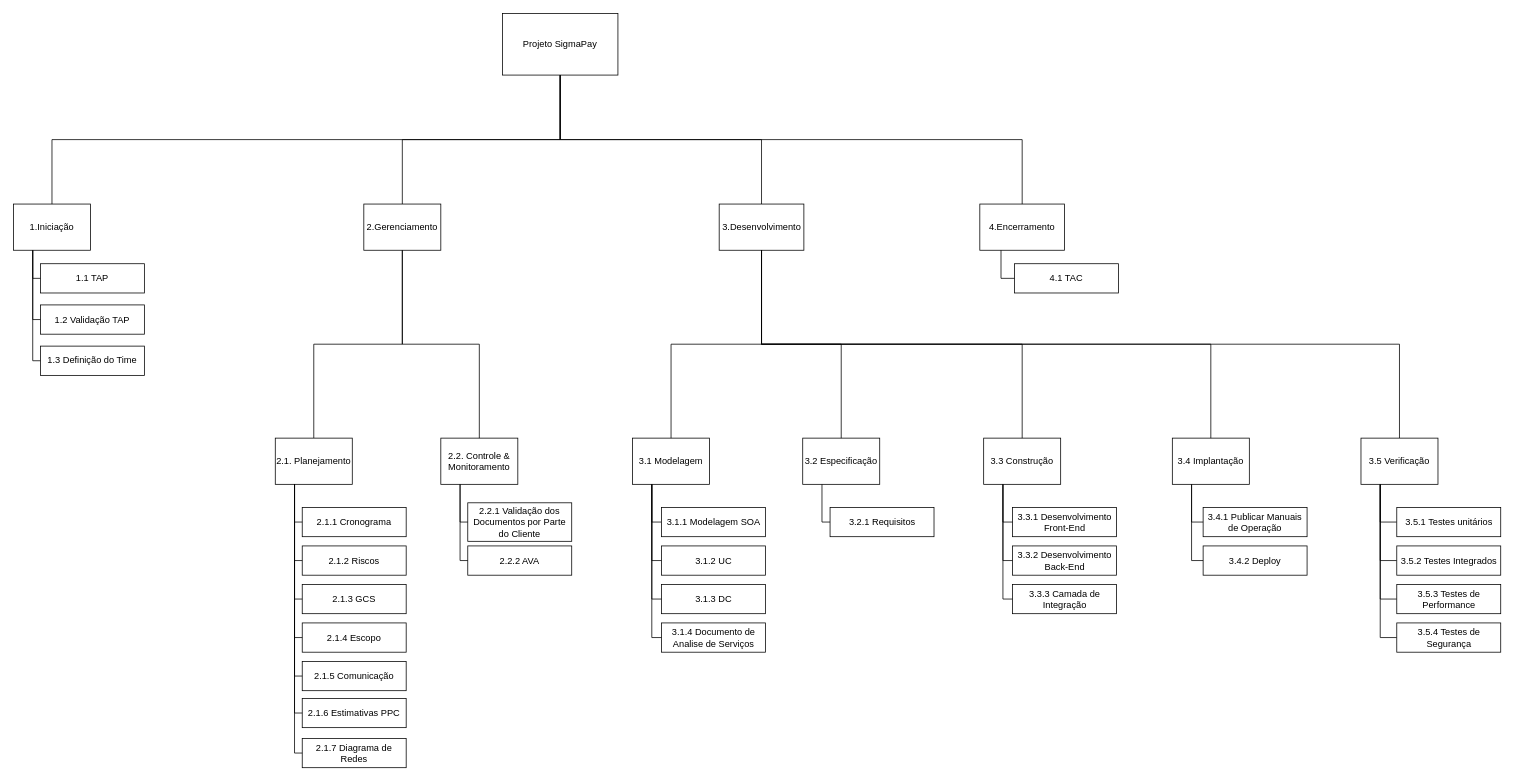
Before: 02.PLANEJAMENTO/EAP.drawio in gutoturolla/Projeto-SigmaPay, a draw.io diagram. Source tidied: cells renumbered, new cells numbered last; positions are measured from the earlier drawing's top-left corner, leaving out a move shared by most shapes. Both pictures are drawn from the tidied source at 77%, with x=0, y=0 at pixel (13, 13).
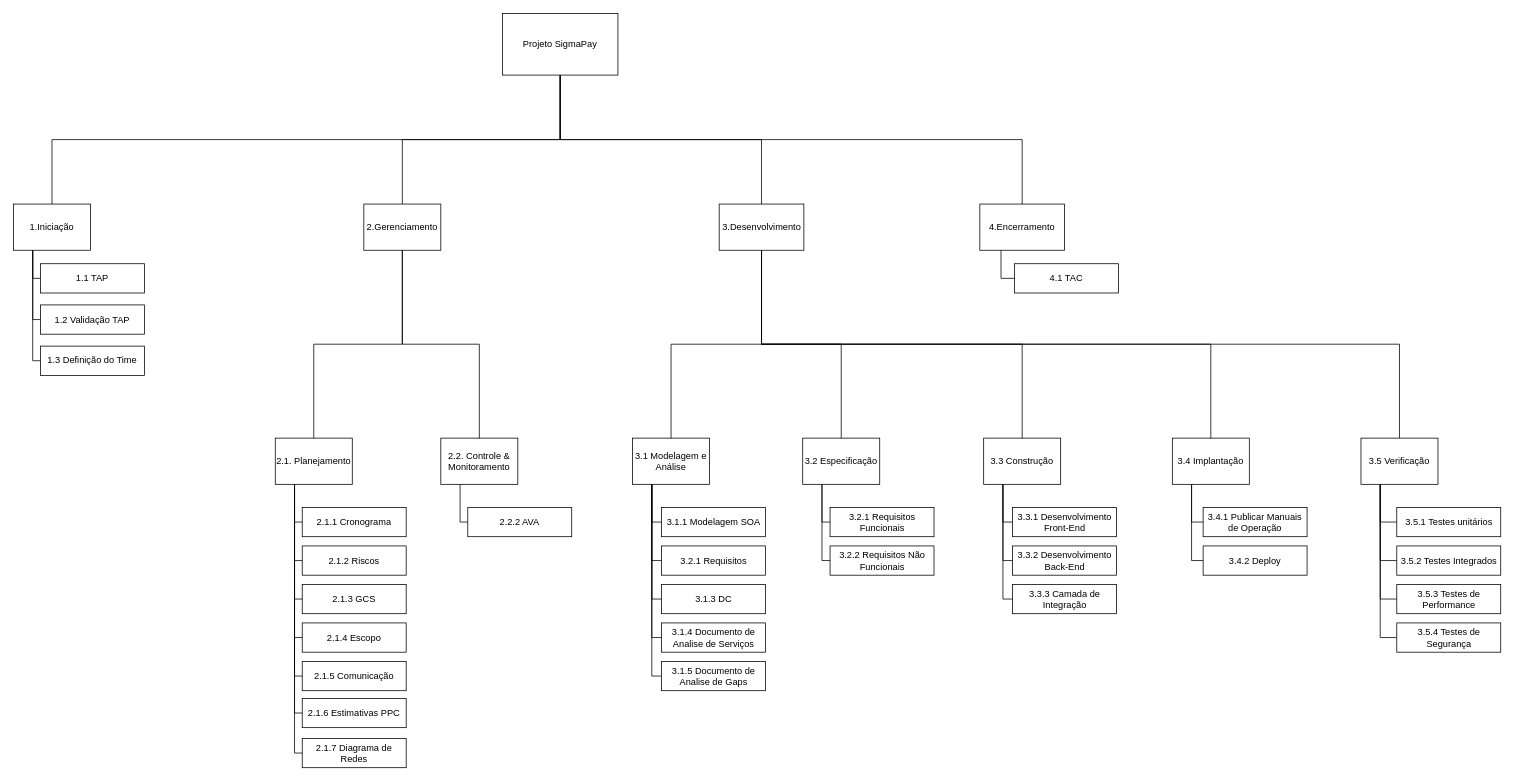
Above is the later version.

Commit message:
Diagrama do EAP atualizado

Unchanged cells that the change refers to:
```xml
<mxCell id="10" value="2.2. Controle &amp;amp; Monitoramento" style="whiteSpace=wrap;html=1;align=center;verticalAlign=middle;" parent="1" vertex="1">
  <mxGeometry x="555" y="551.5" width="100" height="60" as="geometry" />
</mxCell>
<mxCell id="44" value="3.2 Especificação" style="whiteSpace=wrap;html=1;align=center;verticalAlign=middle;" parent="1" vertex="1">
  <mxGeometry x="1025" y="551.5" width="100" height="60" as="geometry" />
</mxCell>
```

Diff of the diagram source:
```diff
@@
-    <mxCell id="35" value="2.2.1 Validação dos Documentos por Parte do Cliente" style="whiteSpace=wrap;html=1;align=center;verticalAlign=middle;" parent="1" vertex="1">
-      <mxGeometry x="590" y="635.5" width="135" height="50" as="geometry" />
-    </mxCell>
-    <mxCell id="36" style="edgeStyle=orthogonalEdgeStyle;startArrow=none;endArrow=none;rounded=0;targetPortConstraint=eastwest;sourcePortConstraint=northsouth;exitX=0;exitY=0.5;exitDx=0;exitDy=0;entryX=0.25;entryY=1;entryDx=0;entryDy=0;fontStyle=1;" parent="1" edge="1" source="35" target="10">
-      <mxGeometry relative="1" as="geometry" />
-    </mxCell>
@@
+    <mxCell id="79" style="edgeStyle=orthogonalEdgeStyle;rounded=0;jettySize=auto;html=1;exitX=0.25;exitY=1;exitDx=0;exitDy=0;entryX=0;entryY=0.5;entryDx=0;entryDy=0;endArrow=none;startArrow=none;" parent="1" edge="1" source="40" target="83">
+      <mxGeometry relative="1" as="geometry">
+        <Array as="points">
+          <mxPoint x="829" y="861" />
+        </Array>
+      </mxGeometry>
+    </mxCell>
-    <mxCell id="40" value="3.1 Modelagem" style="whiteSpace=wrap;html=1;align=center;verticalAlign=middle;" parent="1" vertex="1">
+    <mxCell id="40" value="3.1 Modelagem e Análise" style="whiteSpace=wrap;html=1;align=center;verticalAlign=middle;" parent="1" vertex="1">
       <mxGeometry x="804" y="551.5" width="100" height="60" as="geometry" />
     </mxCell>
@@
     <mxCell id="42" value="2.2.2 AVA" style="whiteSpace=wrap;html=1;align=center;verticalAlign=middle;" parent="1" vertex="1">
-      <mxGeometry x="590" y="691.5" width="135" height="38" as="geometry" />
+      <mxGeometry x="590" y="641.5" width="135" height="38" as="geometry" />
     </mxCell>
@@
+    <mxCell id="80" style="edgeStyle=orthogonalEdgeStyle;rounded=0;jettySize=auto;html=1;exitX=0.25;exitY=1;exitDx=0;exitDy=0;entryX=0;entryY=0.5;entryDx=0;entryDy=0;endArrow=none;startArrow=none;" parent="1" edge="1" source="44" target="81">
+      <mxGeometry relative="1" as="geometry">
+        <Array as="points">
+          <mxPoint x="1050" y="711" />
+        </Array>
+      </mxGeometry>
+    </mxCell>
@@
-    <mxCell id="46" value="3.2.1 Requisitos" style="whiteSpace=wrap;html=1;align=center;verticalAlign=middle;" parent="1" vertex="1">
+    <mxCell id="46" value="3.2.1 Requisitos Funcionais" style="whiteSpace=wrap;html=1;align=center;verticalAlign=middle;" parent="1" vertex="1">
       <mxGeometry x="1060.5" y="641.5" width="135" height="38" as="geometry" />
     </mxCell>
+    <mxCell id="81" value="3.2.2 Requisitos Não Funcionais" style="whiteSpace=wrap;html=1;align=center;verticalAlign=middle;" parent="1" vertex="1">
+      <mxGeometry x="1060.5" y="691.5" width="135" height="38" as="geometry" />
+    </mxCell>
+    <mxCell id="82" value="3.2.1 Requisitos" style="whiteSpace=wrap;html=1;align=center;verticalAlign=middle;" parent="1" vertex="1">
+      <mxGeometry x="841.5" y="691.5" width="135" height="38" as="geometry" />
+    </mxCell>
@@
-    <mxCell id="48" value="3.1.2 UC" style="whiteSpace=wrap;html=1;align=center;verticalAlign=middle;" parent="1" vertex="1">
-      <mxGeometry x="841.5" y="691.5" width="135" height="38" as="geometry" />
-    </mxCell>
-    <mxCell id="49" style="edgeStyle=orthogonalEdgeStyle;startArrow=none;endArrow=none;rounded=0;targetPortConstraint=eastwest;sourcePortConstraint=northsouth;exitX=0;exitY=0.5;exitDx=0;exitDy=0;entryX=0.25;entryY=1;entryDx=0;entryDy=0;" parent="1" edge="1" source="48" target="40">
+    <mxCell id="49" style="edgeStyle=orthogonalEdgeStyle;startArrow=none;endArrow=none;rounded=0;targetPortConstraint=eastwest;sourcePortConstraint=northsouth;exitX=0;exitY=0.5;exitDx=0;exitDy=0;entryX=0.25;entryY=1;entryDx=0;entryDy=0;" parent="1" edge="1" source="82" target="40">
       <mxGeometry relative="1" as="geometry" />
     </mxCell>
@@
+    <mxCell id="83" value="3.1.5 Documento de Analise de Gaps" style="whiteSpace=wrap;html=1;align=center;verticalAlign=middle;" parent="1" vertex="1">
+      <mxGeometry x="841.5" y="841.5" width="135" height="38" as="geometry" />
+    </mxCell>
```
